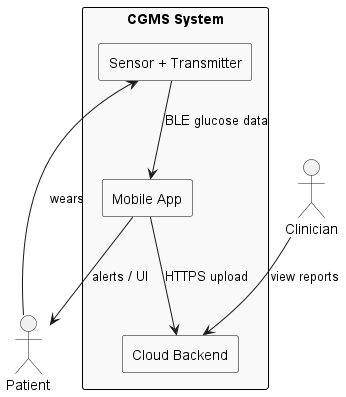
Above: out/documents/diagrams/context/cgms_context/cgms_context.png in spothana/cgms (PlantUML), before the change. Source of this version:
```plantuml
@startuml cgms_context
skinparam rectangle {
  BackgroundColor #F9F9F9
  BorderColor black
}

actor Patient
actor Clinician

rectangle "CGMS System" {
  rectangle "Sensor + Transmitter"
  rectangle "Mobile App"
  rectangle "Cloud Backend"
}

Patient --> "Sensor + Transmitter" : wears
"Sensor + Transmitter" --> "Mobile App" : BLE glucose data
"Mobile App" --> "Cloud Backend" : HTTPS upload
Clinician --> "Cloud Backend" : view reports
"Mobile App" --> Patient : alerts / UI

@enduml
```
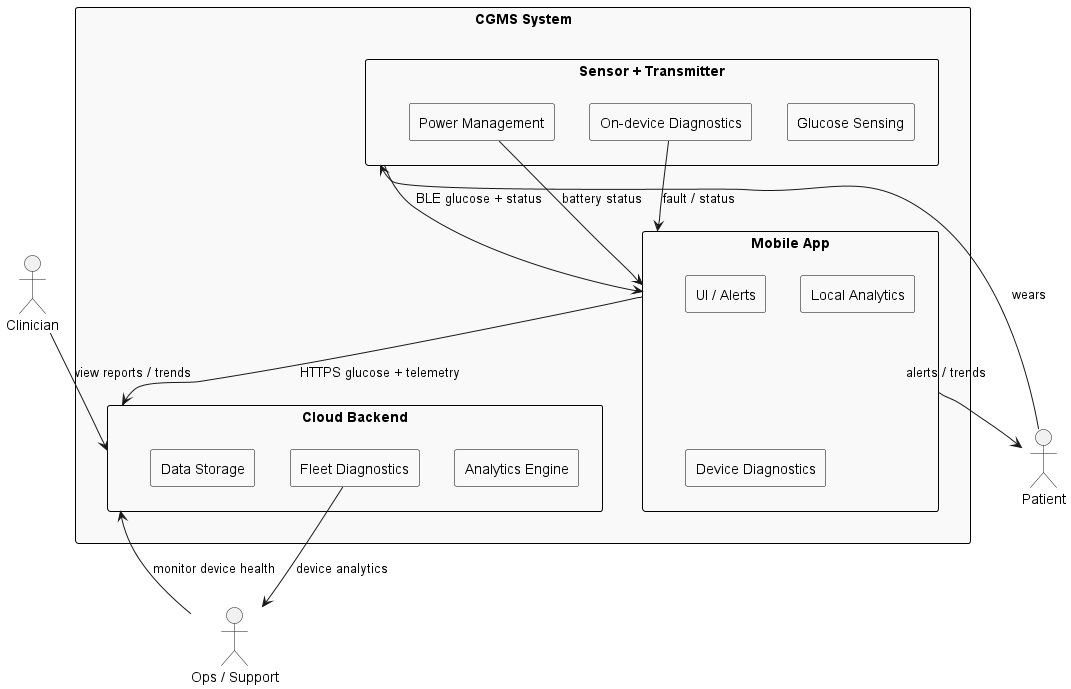
After the commit.

The edit, as a diff of the source:
```diff
@@ -6,17 +6,39 @@
 
 actor Patient
 actor Clinician
+actor "Ops / Support" as Ops
 
 rectangle "CGMS System" {
-  rectangle "Sensor + Transmitter"
-  rectangle "Mobile App"
-  rectangle "Cloud Backend"
+
+  rectangle "Sensor + Transmitter" {
+    rectangle "Glucose Sensing"
+    rectangle "Power Management"
+    rectangle "On-device Diagnostics"
+  }
+
+  rectangle "Mobile App" {
+    rectangle "UI / Alerts"
+    rectangle "Local Analytics"
+    rectangle "Device Diagnostics"
+  }
+
+  rectangle "Cloud Backend" {
+    rectangle "Analytics Engine"
+    rectangle "Fleet Diagnostics"
+    rectangle "Data Storage"
+  }
 }
 
 Patient --> "Sensor + Transmitter" : wears
-"Sensor + Transmitter" --> "Mobile App" : BLE glucose data
-"Mobile App" --> "Cloud Backend" : HTTPS upload
-Clinician --> "Cloud Backend" : view reports
-"Mobile App" --> Patient : alerts / UI
+"Sensor + Transmitter" --> "Mobile App" : BLE glucose + status
+"Mobile App" --> Patient : alerts / trends
+
+"Mobile App" --> "Cloud Backend" : HTTPS glucose + telemetry
+Clinician --> "Cloud Backend" : view reports / trends
+Ops --> "Cloud Backend" : monitor device health
+
+"Power Management" --> "Mobile App" : battery status
+"On-device Diagnostics" --> "Mobile App" : fault / status
+"Fleet Diagnostics" --> Ops : device analytics
 
 @enduml
```
